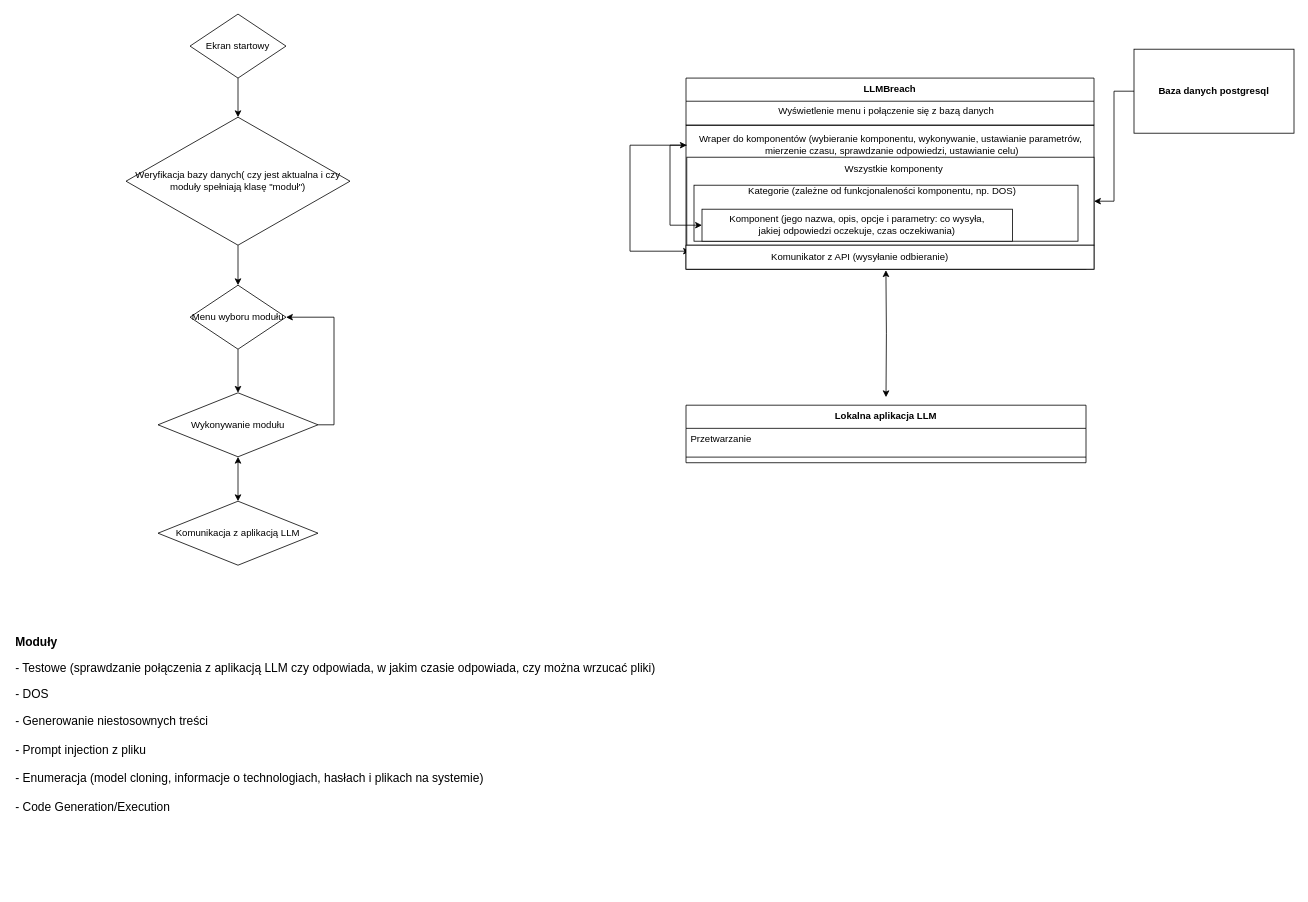
This is model.drawio from brzewVCE/LMBreach, a draw.io file, before an edit. Source tidied: cells renumbered, new cells numbered last; positions are measured from the earlier drawing's top-left corner, leaving out a move shared by most shapes. Both pictures are drawn from the tidied source at 80%, with x=0, y=0 at pixel (14, 14).
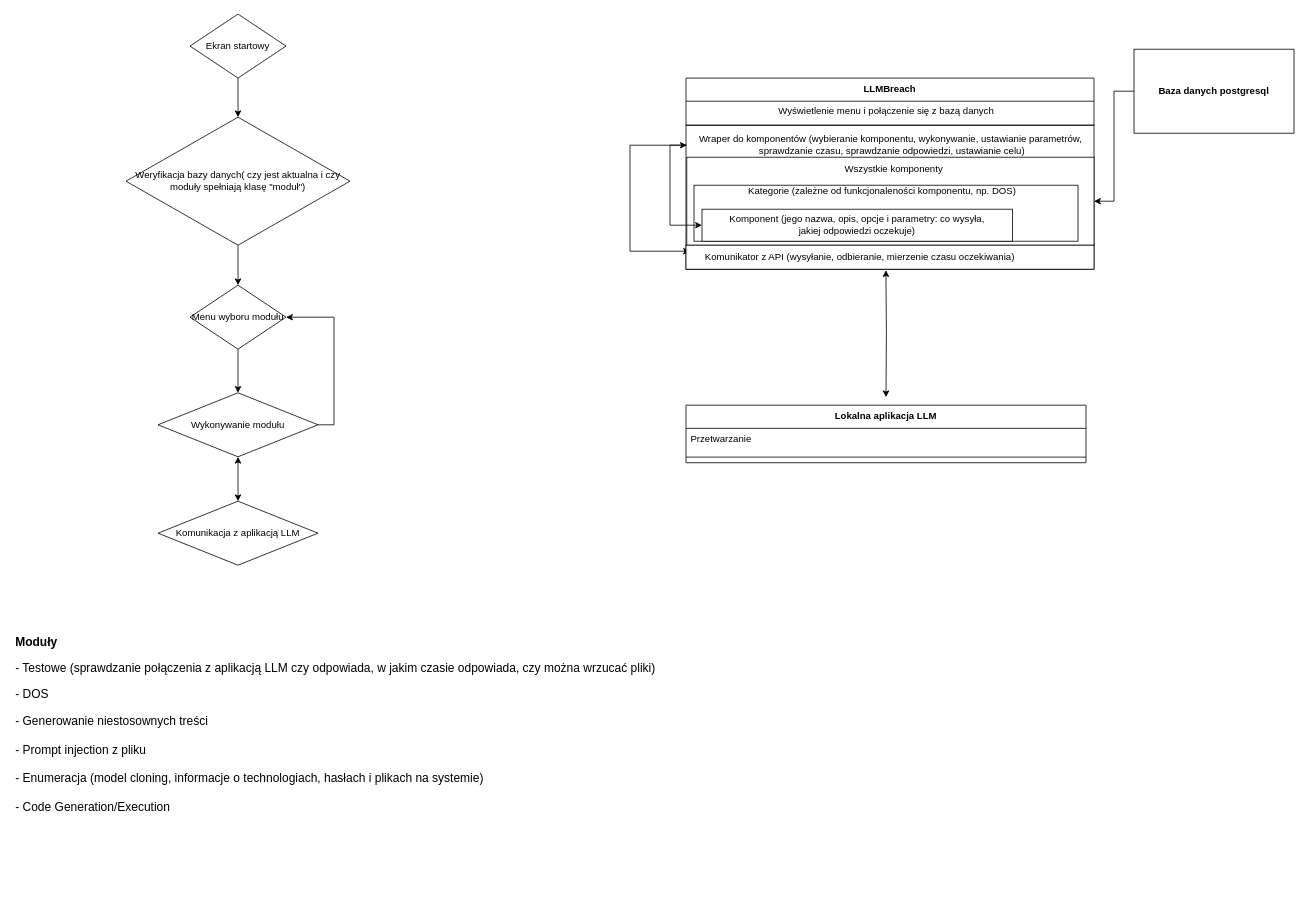
The same diagram, later.

Diff of the diagram source:
```diff
@@
-    <mxCell id="12" value="&lt;div&gt;Komponent (jego nazwa, opis, opcje i parametry: co wysyła,&lt;/div&gt;&lt;div&gt;jakiej odpowiedzi oczekuje, czas oczekiwania)&lt;/div&gt;" style="rounded=0;whiteSpace=wrap;html=1;" parent="1" vertex="1">
+    <mxCell id="12" value="&lt;div&gt;Komponent (jego nazwa, opis, opcje i parametry: co wysyła,&lt;/div&gt;&lt;div&gt;jakiej odpowiedzi oczekuje)&lt;/div&gt;" style="rounded=0;whiteSpace=wrap;html=1;" parent="1" vertex="1">
       <mxGeometry x="860" y="244" width="388" height="40" as="geometry" />
     </mxCell>
@@
-    <mxCell id="18" value="Wraper do komponentów (wybieranie komponentu, wykonywanie, ustawianie parametrów,&lt;br&gt;&amp;nbsp;mierzenie czasu, sprawdzanie odpowiedzi, ustawianie celu)" style="text;html=1;align=center;verticalAlign=middle;whiteSpace=wrap;rounded=0;" parent="1" vertex="1">
+    <mxCell id="18" value="Wraper do komponentów (wybieranie komponentu, wykonywanie, ustawianie parametrów,&lt;br&gt;&amp;nbsp;sprawdzanie czasu, sprawdzanie odpowiedzi, ustawianie celu)" style="text;html=1;align=center;verticalAlign=middle;whiteSpace=wrap;rounded=0;" parent="1" vertex="1">
       <mxGeometry x="841" y="149" width="510" height="30" as="geometry" />
     </mxCell>
@@
-    <mxCell id="21" value="Komunikator z API (wysyłanie odbieranie)" style="text;html=1;align=center;verticalAlign=middle;whiteSpace=wrap;rounded=0;" parent="1" vertex="1">
+    <mxCell id="21" value="Komunikator z API (wysyłanie, odbieranie, mierzenie czasu oczekiwania)" style="text;html=1;align=center;verticalAlign=middle;whiteSpace=wrap;rounded=0;" parent="1" vertex="1">
       <mxGeometry x="845" y="289" width="425" height="30" as="geometry" />
     </mxCell>
```
